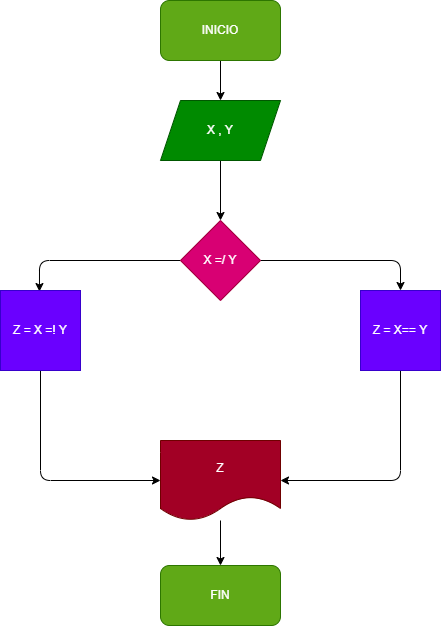
JAIROACARDOZO15/numeros_diferentes keeps this draw.io diagram as diagrama.png. Above is the earlier version. Source tidied: cells renumbered, new cells last; positions are measured from the earlier drawing's top-left corner, leaving out a move shared by most shapes.
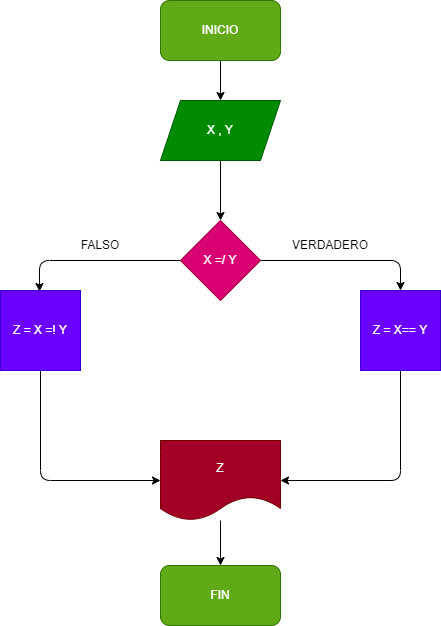
The same file after the commit.

Commit message:
Cambios en el diagrama

The edit, as a diff of the source:
```diff
@@ -62,5 +62,11 @@
     <mxCell id="15" value="FIN" style="rounded=1;whiteSpace=wrap;html=1;fillColor=#60a917;fontColor=#ffffff;strokeColor=#2D7600;" parent="1" vertex="1">
       <mxGeometry x="160" y="565" width="120" height="60" as="geometry" />
     </mxCell>
+    <mxCell id="16" value="FALSO" style="text;html=1;strokeColor=none;fillColor=none;align=center;verticalAlign=middle;whiteSpace=wrap;rounded=0;" parent="1" vertex="1">
+      <mxGeometry x="70" y="230" width="60" height="30" as="geometry" />
+    </mxCell>
+    <mxCell id="17" value="VERDADERO" style="text;html=1;strokeColor=none;fillColor=none;align=center;verticalAlign=middle;whiteSpace=wrap;rounded=0;" parent="1" vertex="1">
+      <mxGeometry x="300" y="230" width="60" height="30" as="geometry" />
+    </mxCell>
   </root>
 </mxGraphModel>
```
